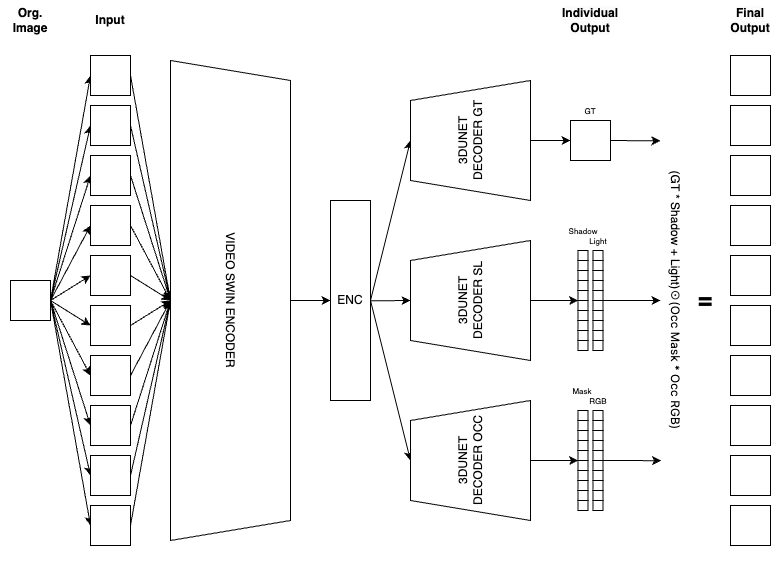
Earlier version of the draw.io export reports/figures/3-Advanced_Decomposition_Learning/network.png (timherzig/decomposition_learning). Source tidied: cells renumbered, new cells last; positions are measured from the earlier drawing's top-left corner, leaving out a move shared by most shapes.
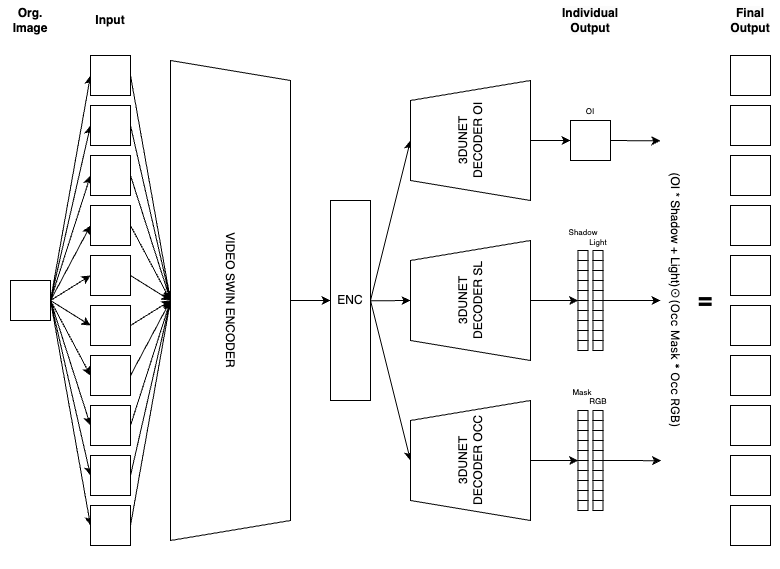
The same diagram one commit later.

Commit message:
Update model architecture figure.

The edit, as a diff of the source:
```diff
@@ -347,7 +347,7 @@
     <mxCell id="99" value="&lt;b&gt;Org. Image&lt;/b&gt;" style="text;html=1;strokeColor=none;fillColor=none;align=center;verticalAlign=middle;whiteSpace=wrap;rounded=0;" parent="1" vertex="1">
       <mxGeometry x="10" width="60" height="40" as="geometry" />
     </mxCell>
-    <mxCell id="100" value="&lt;font style=&quot;font-size: 8px;&quot;&gt;GT&lt;/font&gt;" style="text;html=1;strokeColor=none;fillColor=none;align=center;verticalAlign=middle;whiteSpace=wrap;rounded=0;" parent="1" vertex="1">
+    <mxCell id="100" value="&lt;font style=&quot;font-size: 8px;&quot;&gt;OI&lt;/font&gt;" style="text;html=1;strokeColor=none;fillColor=none;align=center;verticalAlign=middle;whiteSpace=wrap;rounded=0;" parent="1" vertex="1">
       <mxGeometry x="570" y="95" width="60" height="30" as="geometry" />
     </mxCell>
     <mxCell id="101" value="&lt;font style=&quot;font-size: 8px;&quot;&gt;Shadow&lt;/font&gt;" style="text;html=1;strokeColor=none;fillColor=none;align=center;verticalAlign=middle;whiteSpace=wrap;rounded=0;" parent="1" vertex="1">
@@ -365,7 +365,7 @@
     <mxCell id="105" value="VIDEO SWIN ENCODER" style="shape=trapezoid;perimeter=trapezoidPerimeter;whiteSpace=wrap;fixedSize=1;fontSize=12;rotation=90;html=1;" parent="1" vertex="1">
       <mxGeometry y="240" width="480" height="120" as="geometry" />
     </mxCell>
-    <mxCell id="106" value="3DUNET&lt;br&gt;DECODER GT" style="shape=trapezoid;perimeter=trapezoidPerimeter;whiteSpace=wrap;html=1;fixedSize=1;fontSize=12;rotation=-90;" parent="1" vertex="1">
+    <mxCell id="106" value="3DUNET&lt;br&gt;DECODER OI" style="shape=trapezoid;perimeter=trapezoidPerimeter;whiteSpace=wrap;html=1;fixedSize=1;fontSize=12;rotation=-90;" parent="1" vertex="1">
       <mxGeometry x="420" y="80" width="120" height="120" as="geometry" />
     </mxCell>
     <mxCell id="107" value="3DUNET&lt;br&gt;DECODER SL" style="shape=trapezoid;perimeter=trapezoidPerimeter;whiteSpace=wrap;html=1;fixedSize=1;fontSize=12;rotation=-90;" parent="1" vertex="1">
@@ -374,7 +374,7 @@
     <mxCell id="108" value="3DUNET&lt;br&gt;DECODER OCC" style="shape=trapezoid;perimeter=trapezoidPerimeter;whiteSpace=wrap;html=1;fixedSize=1;fontSize=12;rotation=-90;" parent="1" vertex="1">
       <mxGeometry x="420" y="400" width="120" height="120" as="geometry" />
     </mxCell>
-    <mxCell id="109" value="&lt;font style=&quot;&quot;&gt;(GT *&lt;span style=&quot;text-align: left; background-color: initial;&quot;&gt;&lt;span style=&quot;font-size: 11px;&quot;&gt;&amp;nbsp;&lt;/span&gt;&lt;/span&gt;&lt;/font&gt;&lt;font style=&quot;&quot;&gt;&lt;font style=&quot;font-size: 12px;&quot;&gt;Shadow + Light)&lt;span style=&quot;color: rgb(32, 33, 34); font-weight: bold; text-align: left; background-color: initial;&quot;&gt;☉&lt;/span&gt;&lt;/font&gt;&lt;span style=&quot;font-size: 12px; font-family: -apple-system, &amp;quot;system-ui&amp;quot;, &amp;quot;Segoe WPC&amp;quot;, &amp;quot;Segoe UI&amp;quot;, system-ui, Ubuntu, &amp;quot;Droid Sans&amp;quot;, sans-serif; text-align: left;&quot;&gt;&lt;font style=&quot;font-size: 12px;&quot;&gt;(Occ Mask * Occ RGB)&lt;/font&gt;&lt;/span&gt;&lt;/font&gt;" style="text;html=1;strokeColor=none;fillColor=none;align=center;verticalAlign=middle;whiteSpace=wrap;rounded=0;fontSize=12;rotation=90;" parent="1" vertex="1">
+    <mxCell id="109" value="&lt;font style=&quot;&quot;&gt;(OI *&lt;span style=&quot;text-align: left; background-color: initial;&quot;&gt;&lt;span style=&quot;font-size: 11px;&quot;&gt;&amp;nbsp;&lt;/span&gt;&lt;/span&gt;&lt;/font&gt;&lt;font style=&quot;&quot;&gt;&lt;font style=&quot;font-size: 12px;&quot;&gt;Shadow + Light)&lt;span style=&quot;color: rgb(32, 33, 34); font-weight: bold; text-align: left; background-color: initial;&quot;&gt;☉&lt;/span&gt;&lt;/font&gt;&lt;span style=&quot;font-size: 12px; font-family: -apple-system, &amp;quot;system-ui&amp;quot;, &amp;quot;Segoe WPC&amp;quot;, &amp;quot;Segoe UI&amp;quot;, system-ui, Ubuntu, &amp;quot;Droid Sans&amp;quot;, sans-serif; text-align: left;&quot;&gt;&lt;font style=&quot;font-size: 12px;&quot;&gt;(Occ Mask * Occ RGB)&lt;/font&gt;&lt;/span&gt;&lt;/font&gt;" style="text;html=1;strokeColor=none;fillColor=none;align=center;verticalAlign=middle;whiteSpace=wrap;rounded=0;fontSize=12;rotation=90;" parent="1" vertex="1">
       <mxGeometry x="416.2" y="285" width="537.5" height="30" as="geometry" />
     </mxCell>
     <mxCell id="110" value="&lt;b&gt;&lt;font style=&quot;font-size: 24px;&quot;&gt;=&lt;/font&gt;&lt;/b&gt;" style="text;html=1;strokeColor=none;fillColor=none;align=center;verticalAlign=middle;whiteSpace=wrap;rounded=0;fontSize=12;fontColor=#000000;" parent="1" vertex="1">
```
